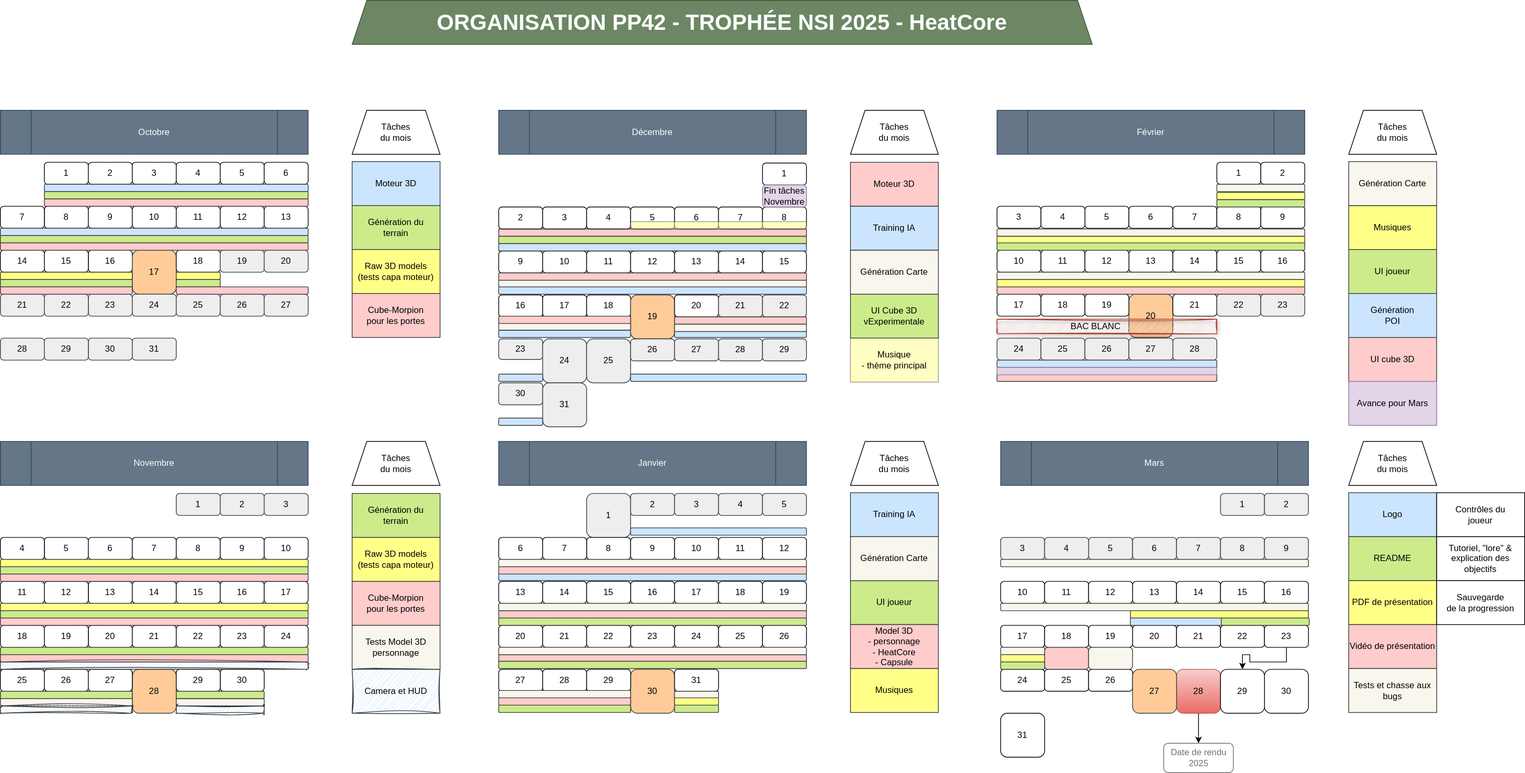
Before: EDT_HeatCore.drawio.svg, a diagram exported from draw.io (Scrollwarden/heatcore-project). Source tidied: cells renumbered, new cells last; positions are measured from the earlier drawing's top-left corner, leaving out a move shared by most shapes.
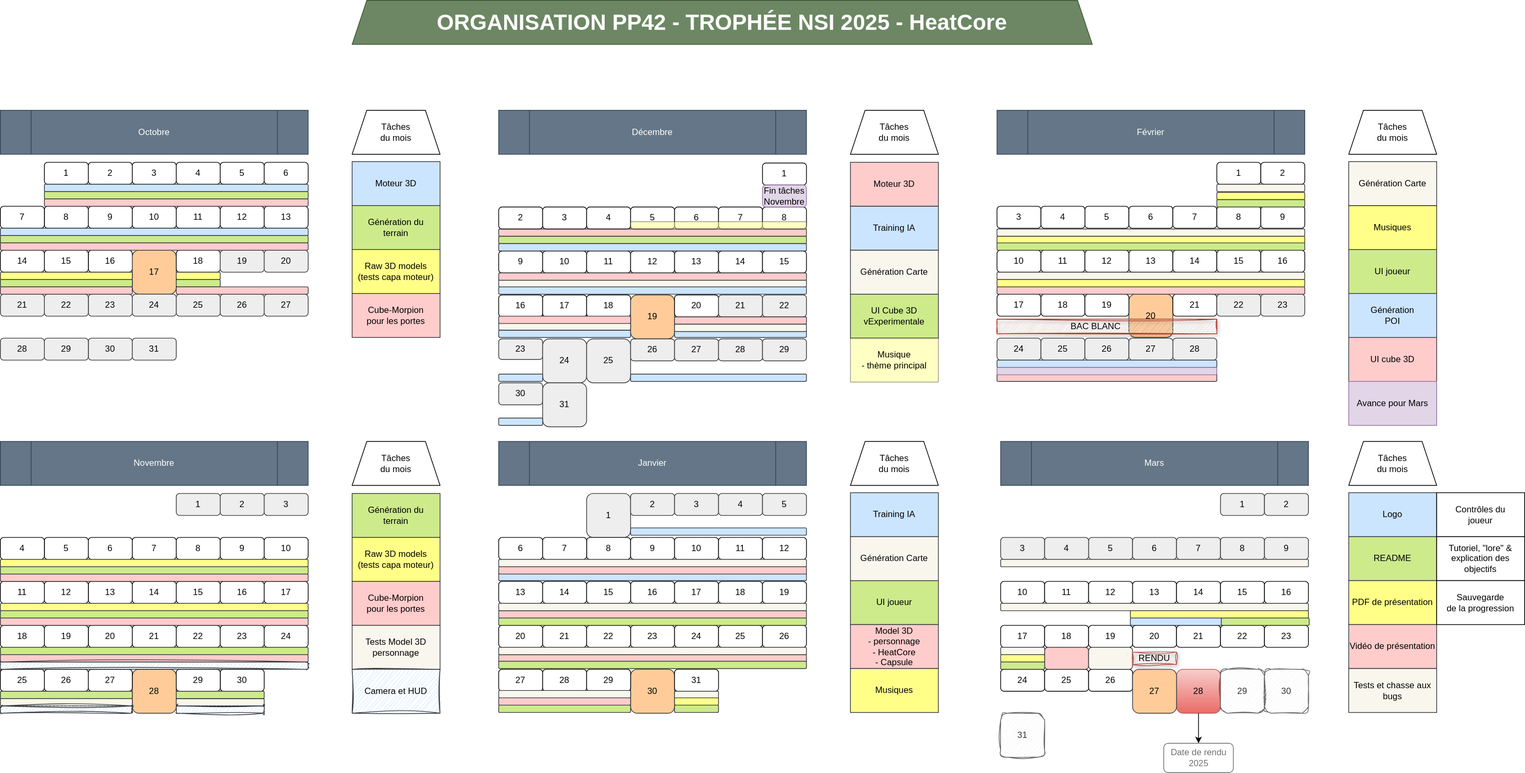
Above is the later version.

Change to the diagram source:
```diff
@@ -539,9 +539,6 @@
     <mxCell id="180" value="22" style="rounded=1;whiteSpace=wrap;html=1;" parent="1" vertex="1">
       <mxGeometry x="1665" y="853" width="60" height="30" as="geometry" />
     </mxCell>
-    <mxCell id="181" style="edgeStyle=orthogonalEdgeStyle;rounded=0;jettySize=auto;html=1;" parent="1" edge="1" source="182" target="193">
-      <mxGeometry relative="1" as="geometry" />
-    </mxCell>
     <mxCell id="182" value="23" style="rounded=1;whiteSpace=wrap;html=1;" parent="1" vertex="1">
       <mxGeometry x="1725" y="853" width="60" height="30" as="geometry" />
     </mxCell>
@@ -566,16 +563,16 @@
     <mxCell id="189" value="27" style="rounded=1;whiteSpace=wrap;html=1;fillColor=#ffcc99;strokeColor=#36393d;" parent="1" vertex="1">
       <mxGeometry x="1545" y="913" width="60" height="60" as="geometry" />
     </mxCell>
-    <mxCell id="190" value="30" style="rounded=1;whiteSpace=wrap;html=1;" parent="1" vertex="1">
+    <mxCell id="190" value="30" style="rounded=1;whiteSpace=wrap;html=1;fillColor=#f5f5f5;fontColor=#333333;strokeColor=#666666;sketch=1;curveFitting=1;jiggle=2;" parent="1" vertex="1">
       <mxGeometry x="1725" y="913" width="60" height="60" as="geometry" />
     </mxCell>
-    <mxCell id="191" value="31" style="rounded=1;whiteSpace=wrap;html=1;" parent="1" vertex="1">
+    <mxCell id="191" value="31" style="rounded=1;whiteSpace=wrap;html=1;fillColor=#f5f5f5;fontColor=#333333;strokeColor=#666666;sketch=1;curveFitting=1;jiggle=2;" parent="1" vertex="1">
       <mxGeometry x="1365" y="973" width="60" height="60" as="geometry" />
     </mxCell>
     <mxCell id="192" style="edgeStyle=orthogonalEdgeStyle;rounded=0;jettySize=auto;html=1;exitX=0.5;exitY=1;exitDx=0;exitDy=0;" parent="1" edge="1" source="188" target="254">
       <mxGeometry relative="1" as="geometry" />
     </mxCell>
-    <mxCell id="193" value="29" style="rounded=1;whiteSpace=wrap;html=1;" parent="1" vertex="1">
+    <mxCell id="193" value="29" style="rounded=1;whiteSpace=wrap;html=1;fillColor=#f5f5f5;fontColor=#333333;strokeColor=#666666;sketch=1;curveFitting=1;jiggle=2;" parent="1" vertex="1">
       <mxGeometry x="1665" y="913" width="60" height="60" as="geometry" />
     </mxCell>
     <mxCell id="194" value="Moteur 3D" style="rounded=0;whiteSpace=wrap;html=1;fillColor=#cce5ff;strokeColor=#36393d;fontStyle=0;" parent="1" vertex="1">
@@ -944,5 +941,8 @@
     <mxCell id="315" style="rounded=1;whiteSpace=wrap;html=1;fillColor=#e1d5e7;strokeColor=#9673a6;" parent="1" vertex="1">
       <mxGeometry x="1360" y="501" width="300" height="10" as="geometry" />
     </mxCell>
+    <mxCell id="316" value="RENDU" style="rounded=0;whiteSpace=wrap;html=1;fillColor=#f8cecc;strokeColor=#b85450;sketch=1;curveFitting=1;jiggle=2;shadow=1;" parent="1" vertex="1">
+      <mxGeometry x="1545" y="889.5" width="60" height="17" as="geometry" />
+    </mxCell>
   </root>
 </mxGraphModel>
```
